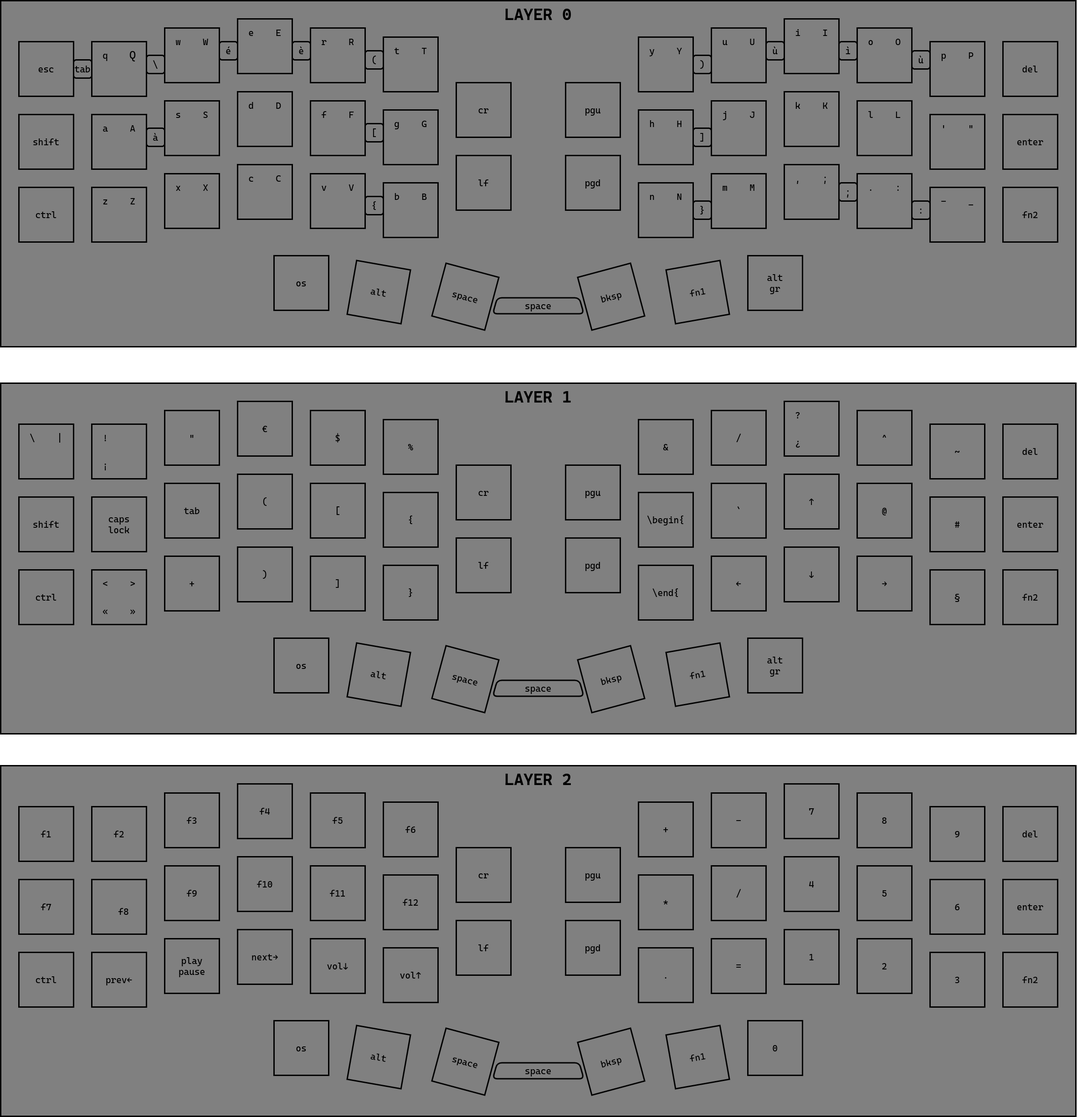
This is layers.png from dellarosciagiorgio/crkbd, a draw.io export, as it was before one commit. Source tidied: cells renumbered, new cells last; positions are measured from the earlier drawing's top-left corner, leaving out a move shared by most shapes.
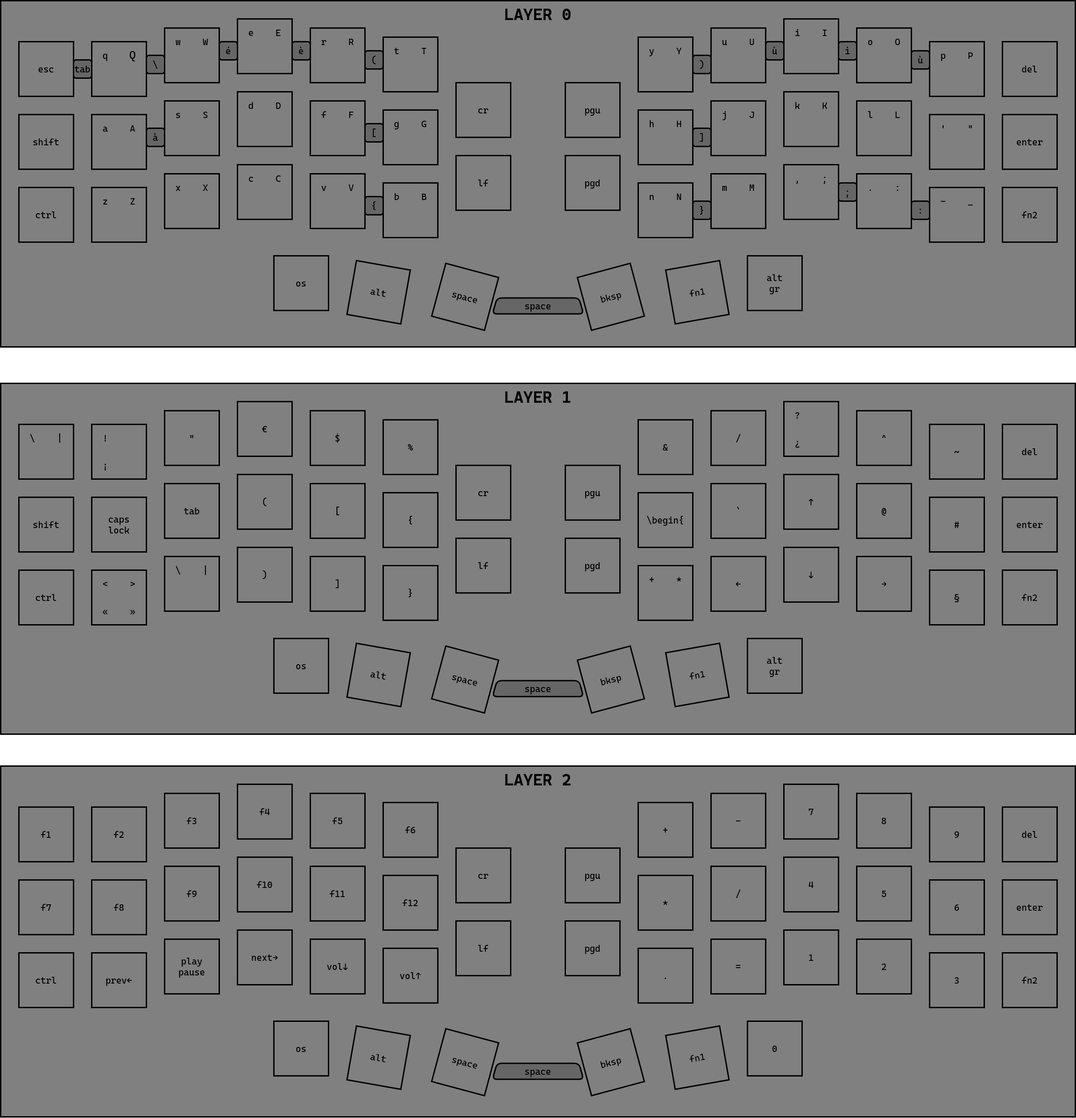
Above is the later version.

Change to the diagram source:
```diff
@@ -10,2 +10,20 @@
     </mxCell>
+    <mxCell id="96" style="rounded=0;whiteSpace=wrap;html=1;fillColor=#808080;strokeWidth=3;strokeColor=#000000;fontColor=default;" parent="1" vertex="1">
+      <mxGeometry y="1680" width="2360" height="770" as="geometry" />
+    </mxCell>
+    <mxCell id="228" style="rounded=1;whiteSpace=wrap;html=1;strokeColor=#000000;strokeWidth=3;fillColor=#666666;fontColor=default;fillStyle=solid;" parent="1" vertex="1">
+      <mxGeometry x="1840" y="400" width="40" height="40" as="geometry" />
+    </mxCell>
+    <mxCell id="343" style="shape=trapezoid;perimeter=trapezoidPerimeter;whiteSpace=wrap;html=1;fixedSize=1;size=10;rounded=1;fillColor=#666666;strokeWidth=3;fillStyle=solid;" parent="1" vertex="1">
+      <mxGeometry x="1080" y="652.5" width="200" height="35" as="geometry" />
+    </mxCell>
+    <mxCell id="345" style="shape=trapezoid;perimeter=trapezoidPerimeter;whiteSpace=wrap;html=1;fixedSize=1;size=10;rounded=1;fillColor=#666666;strokeWidth=3;fillStyle=solid;" parent="1" vertex="1">
+      <mxGeometry x="1080" y="1492.5" width="200" height="35" as="geometry" />
+    </mxCell>
+    <mxCell id="347" style="shape=trapezoid;perimeter=trapezoidPerimeter;whiteSpace=wrap;html=1;fixedSize=1;size=10;rounded=1;fillColor=#666666;strokeWidth=3;fillStyle=solid;" parent="1" vertex="1">
+      <mxGeometry x="1080" y="2332.5" width="200" height="35" as="geometry" />
+    </mxCell>
+    <mxCell id="353" style="rounded=1;whiteSpace=wrap;html=1;strokeColor=#000000;strokeWidth=3;fillColor=#666666;fontColor=default;fillStyle=solid;" parent="1" vertex="1">
+      <mxGeometry x="320" y="120" width="40" height="40" as="geometry" />
+    </mxCell>
     <mxCell id="4" style="rounded=0;whiteSpace=wrap;html=1;strokeColor=#000000;strokeWidth=3;fillColor=none;fontColor=default;" parent="1" vertex="1">
@@ -286,5 +304,2 @@
     </mxCell>
-    <mxCell id="96" style="rounded=0;whiteSpace=wrap;html=1;fillColor=#808080;strokeWidth=3;strokeColor=#000000;fontColor=default;" parent="1" vertex="1">
-      <mxGeometry y="1680" width="2360" height="770" as="geometry" />
-    </mxCell>
     <mxCell id="97" style="rounded=0;whiteSpace=wrap;html=1;strokeColor=#000000;strokeWidth=3;fillColor=none;fontColor=default;" parent="1" vertex="1">
@@ -616,3 +631,3 @@
     </mxCell>
-    <mxCell id="206" style="rounded=1;whiteSpace=wrap;html=1;strokeColor=#000000;strokeWidth=3;fillColor=none;fontColor=default;" parent="1" vertex="1">
+    <mxCell id="206" style="rounded=1;whiteSpace=wrap;html=1;strokeColor=#000000;strokeWidth=3;fillColor=#666666;fontColor=default;fillStyle=solid;" parent="1" vertex="1">
       <mxGeometry x="800" y="110" width="40" height="40" as="geometry" />
@@ -622,3 +637,3 @@
     </mxCell>
-    <mxCell id="208" style="rounded=1;whiteSpace=wrap;html=1;strokeColor=#000000;strokeWidth=3;fillColor=none;fontColor=default;" parent="1" vertex="1">
+    <mxCell id="208" style="rounded=1;whiteSpace=wrap;html=1;strokeColor=#000000;strokeWidth=3;fillColor=#666666;fontColor=default;fillStyle=solid;" parent="1" vertex="1">
       <mxGeometry x="800" y="270" width="40" height="40" as="geometry" />
@@ -628,3 +643,3 @@
     </mxCell>
-    <mxCell id="210" style="rounded=1;whiteSpace=wrap;html=1;strokeColor=#000000;strokeWidth=3;fillColor=none;fontColor=default;" parent="1" vertex="1">
+    <mxCell id="210" style="rounded=1;whiteSpace=wrap;html=1;strokeColor=#000000;strokeWidth=3;fillColor=#666666;fontColor=default;fillStyle=solid;" parent="1" vertex="1">
       <mxGeometry x="800" y="430" width="40" height="40" as="geometry" />
@@ -634,3 +649,3 @@
     </mxCell>
-    <mxCell id="212" style="rounded=1;whiteSpace=wrap;html=1;strokeColor=#000000;strokeWidth=3;fillColor=none;fontColor=default;" parent="1" vertex="1">
+    <mxCell id="212" style="rounded=1;whiteSpace=wrap;html=1;strokeColor=#000000;strokeWidth=3;fillColor=#666666;fontColor=default;fillStyle=solid;" parent="1" vertex="1">
       <mxGeometry x="1520" y="120" width="40" height="40" as="geometry" />
@@ -640,3 +655,3 @@
     </mxCell>
-    <mxCell id="214" style="rounded=1;whiteSpace=wrap;html=1;strokeColor=#000000;strokeWidth=3;fillColor=none;fontColor=default;" parent="1" vertex="1">
+    <mxCell id="214" style="rounded=1;whiteSpace=wrap;html=1;strokeColor=#000000;strokeWidth=3;fillColor=#666666;fontColor=default;fillStyle=solid;" parent="1" vertex="1">
       <mxGeometry x="1520" y="280" width="40" height="40" as="geometry" />
@@ -646,3 +661,3 @@
     </mxCell>
-    <mxCell id="216" style="rounded=1;whiteSpace=wrap;html=1;strokeColor=#000000;strokeWidth=3;fillColor=none;fontColor=default;" parent="1" vertex="1">
+    <mxCell id="216" style="rounded=1;whiteSpace=wrap;html=1;strokeColor=#000000;strokeWidth=3;fillColor=#666666;fontColor=default;fillStyle=solid;" parent="1" vertex="1">
       <mxGeometry x="1520" y="440" width="40" height="40" as="geometry" />
@@ -682,5 +697,2 @@
     </mxCell>
-    <mxCell id="228" style="rounded=1;whiteSpace=wrap;html=1;strokeColor=#000000;strokeWidth=3;fillColor=none;fontColor=default;" parent="1" vertex="1">
-      <mxGeometry x="1840" y="400" width="40" height="40" as="geometry" />
-    </mxCell>
     <mxCell id="229" value="&lt;font style=&quot;font-size: 20px; color: rgb(0, 0, 0);&quot;&gt;del&lt;/font&gt;" style="text;html=1;strokeColor=none;fillColor=none;align=center;verticalAlign=middle;whiteSpace=wrap;rounded=0;strokeWidth=1;fontFamily=Cascadia Code;fontColor=default;rotation=0;" parent="1" vertex="1">
@@ -821,3 +833,3 @@
     <mxCell id="274" value="&lt;font style=&quot;font-size: 20px; color: rgb(0, 0, 0);&quot;&gt;f8&lt;/font&gt;" style="text;html=1;strokeColor=none;fillColor=none;align=center;verticalAlign=middle;whiteSpace=wrap;rounded=0;strokeWidth=1;fontFamily=Cascadia Code;fontColor=default;" parent="1" vertex="1">
-      <mxGeometry x="240" y="1970" width="60" height="60" as="geometry" />
+      <mxGeometry x="230" y="1960" width="60" height="60" as="geometry" />
     </mxCell>
@@ -973,3 +985,3 @@
     </mxCell>
-    <mxCell id="325" style="rounded=1;whiteSpace=wrap;html=1;strokeColor=#000000;strokeWidth=3;fillColor=none;fontColor=default;" parent="1" vertex="1">
+    <mxCell id="325" style="rounded=1;whiteSpace=wrap;html=1;strokeColor=#000000;strokeWidth=3;fillColor=#666666;fontColor=default;fillStyle=solid;" parent="1" vertex="1">
       <mxGeometry x="480" y="90" width="40" height="40" as="geometry" />
@@ -979,3 +991,3 @@
     </mxCell>
-    <mxCell id="327" style="rounded=1;whiteSpace=wrap;html=1;strokeColor=#000000;strokeWidth=3;fillColor=none;fontColor=default;" parent="1" vertex="1">
+    <mxCell id="327" style="rounded=1;whiteSpace=wrap;html=1;strokeColor=#000000;strokeWidth=3;fillColor=#666666;fontColor=default;fillStyle=solid;" parent="1" vertex="1">
       <mxGeometry x="640" y="90" width="40" height="40" as="geometry" />
@@ -985,3 +997,3 @@
     </mxCell>
-    <mxCell id="329" style="rounded=1;whiteSpace=wrap;html=1;strokeColor=#000000;strokeWidth=3;fillColor=none;fontColor=default;" parent="1" vertex="1">
+    <mxCell id="329" style="rounded=1;whiteSpace=wrap;html=1;strokeColor=#000000;strokeWidth=3;fillColor=#666666;fontColor=default;fillStyle=solid;" parent="1" vertex="1">
       <mxGeometry x="320" y="280" width="40" height="40" as="geometry" />
@@ -991,3 +1003,3 @@
     </mxCell>
-    <mxCell id="331" style="rounded=1;whiteSpace=wrap;html=1;strokeColor=#000000;strokeWidth=3;fillColor=none;fontColor=default;" parent="1" vertex="1">
+    <mxCell id="331" style="rounded=1;whiteSpace=wrap;html=1;strokeColor=#000000;strokeWidth=3;fillColor=#666666;fontColor=default;fillStyle=solid;" parent="1" vertex="1">
       <mxGeometry x="1680" y="90" width="40" height="40" as="geometry" />
@@ -997,3 +1009,3 @@
     </mxCell>
-    <mxCell id="333" style="rounded=1;whiteSpace=wrap;html=1;strokeColor=#000000;strokeWidth=3;fillColor=none;fontColor=default;" parent="1" vertex="1">
+    <mxCell id="333" style="rounded=1;whiteSpace=wrap;html=1;strokeColor=#000000;strokeWidth=3;fillColor=#666666;fontColor=default;fillStyle=solid;" parent="1" vertex="1">
       <mxGeometry x="1840" y="90" width="40" height="40" as="geometry" />
@@ -1003,3 +1015,3 @@
     </mxCell>
-    <mxCell id="335" style="rounded=1;whiteSpace=wrap;html=1;strokeColor=#000000;strokeWidth=3;fillColor=none;fontColor=default;" parent="1" vertex="1">
+    <mxCell id="335" style="rounded=1;whiteSpace=wrap;html=1;strokeColor=#000000;strokeWidth=3;fillColor=#666666;fontColor=default;fillStyle=solid;" parent="1" vertex="1">
       <mxGeometry x="2000" y="110" width="40" height="40" as="geometry" />
@@ -1015,3 +1027,3 @@
     </mxCell>
-    <mxCell id="339" style="rounded=1;whiteSpace=wrap;html=1;strokeColor=#000000;strokeWidth=3;fillColor=none;fontColor=default;" parent="1" vertex="1">
+    <mxCell id="339" style="rounded=1;whiteSpace=wrap;html=1;strokeColor=#000000;strokeWidth=3;fillColor=#666666;fontColor=default;fillStyle=solid;" parent="1" vertex="1">
       <mxGeometry x="160" y="130" width="40" height="40" as="geometry" />
@@ -1021,5 +1033,2 @@
     </mxCell>
-    <mxCell id="341" value="&lt;font style=&quot;font-size: 20px; color: rgb(0, 0, 0);&quot;&gt;\end{&lt;/font&gt;" style="text;html=1;strokeColor=none;fillColor=none;align=center;verticalAlign=middle;whiteSpace=wrap;rounded=0;strokeWidth=1;fontFamily=Cascadia Code;fontColor=default;" parent="1" vertex="1">
-      <mxGeometry x="1430" y="1270" width="60" height="60" as="geometry" />
-    </mxCell>
     <mxCell id="342" value="&lt;font style=&quot;font-size: 20px; color: rgb(0, 0, 0);&quot;&gt;space&lt;/font&gt;" style="text;html=1;strokeColor=none;fillColor=none;align=center;verticalAlign=middle;whiteSpace=wrap;rounded=0;strokeWidth=1;fontFamily=Cascadia Code;fontColor=default;rotation=0;" parent="1" vertex="1">
@@ -1027,5 +1036,2 @@
     </mxCell>
-    <mxCell id="343" style="shape=trapezoid;perimeter=trapezoidPerimeter;whiteSpace=wrap;html=1;fixedSize=1;size=10;rounded=1;fillColor=none;strokeWidth=3;" parent="1" vertex="1">
-      <mxGeometry x="1080" y="652.5" width="200" height="35" as="geometry" />
-    </mxCell>
     <mxCell id="344" value="&lt;font style=&quot;font-size: 20px; color: rgb(0, 0, 0);&quot;&gt;space&lt;/font&gt;" style="text;html=1;strokeColor=none;fillColor=none;align=center;verticalAlign=middle;whiteSpace=wrap;rounded=0;strokeWidth=1;fontFamily=Cascadia Code;fontColor=default;rotation=0;" parent="1" vertex="1">
@@ -1033,5 +1039,2 @@
     </mxCell>
-    <mxCell id="345" style="shape=trapezoid;perimeter=trapezoidPerimeter;whiteSpace=wrap;html=1;fixedSize=1;size=10;rounded=1;fillColor=none;strokeWidth=3;" parent="1" vertex="1">
-      <mxGeometry x="1080" y="1492.5" width="200" height="35" as="geometry" />
-    </mxCell>
     <mxCell id="346" value="&lt;font style=&quot;font-size: 20px; color: rgb(0, 0, 0);&quot;&gt;space&lt;/font&gt;" style="text;html=1;strokeColor=none;fillColor=none;align=center;verticalAlign=middle;whiteSpace=wrap;rounded=0;strokeWidth=1;fontFamily=Cascadia Code;fontColor=default;rotation=0;" parent="1" vertex="1">
@@ -1039,6 +1042,3 @@
     </mxCell>
-    <mxCell id="347" style="shape=trapezoid;perimeter=trapezoidPerimeter;whiteSpace=wrap;html=1;fixedSize=1;size=10;rounded=1;fillColor=none;strokeWidth=3;" parent="1" vertex="1">
-      <mxGeometry x="1080" y="2332.5" width="200" height="35" as="geometry" />
-    </mxCell>
-    <mxCell id="348" style="rounded=1;whiteSpace=wrap;html=1;strokeColor=#000000;strokeWidth=3;fillColor=none;fontColor=default;" parent="1" vertex="1">
+    <mxCell id="348" style="rounded=1;whiteSpace=wrap;html=1;strokeColor=#000000;strokeWidth=3;fillColor=#666666;fontColor=default;fillStyle=solid;" parent="1" vertex="1">
       <mxGeometry x="2000" y="440" width="40" height="40" as="geometry" />
@@ -1057,5 +1057,2 @@
     </mxCell>
-    <mxCell id="353" style="rounded=1;whiteSpace=wrap;html=1;strokeColor=#000000;strokeWidth=3;fillColor=none;fontColor=default;" parent="1" vertex="1">
-      <mxGeometry x="320" y="120" width="40" height="40" as="geometry" />
-    </mxCell>
     <mxCell id="354" value="&lt;span style=&quot;font-size: 20px;&quot;&gt;`&lt;/span&gt;" style="text;html=1;strokeColor=none;fillColor=none;align=center;verticalAlign=middle;whiteSpace=wrap;rounded=0;strokeWidth=1;fontFamily=Cascadia Code;fontColor=default;" parent="1" vertex="1">
@@ -1063,9 +1060,9 @@
     </mxCell>
-    <mxCell id="355" value="&lt;font style=&quot;color: rgb(0, 0, 0);&quot;&gt;&lt;b&gt;LAYER 0&lt;/b&gt;&lt;/font&gt;" style="text;html=1;strokeColor=none;fillColor=none;align=center;verticalAlign=middle;whiteSpace=wrap;rounded=0;strokeWidth=1;fontFamily=Cascadia Code;fontColor=#000000;fontSize=36;" parent="1" vertex="1">
+    <mxCell id="355" value="LAYER 0" style="text;strokeColor=none;fillColor=none;align=center;verticalAlign=middle;rounded=0;strokeWidth=1;fontFamily=Cascadia Code;fontColor=light-dark(#000000,#EDEDED);fontSize=36;labelBackgroundColor=none;labelBorderColor=none;html=1;fontStyle=1;whiteSpace=wrap;" parent="1" vertex="1">
       <mxGeometry width="2360" height="60" as="geometry" />
     </mxCell>
-    <mxCell id="356" value="&lt;font style=&quot;color: rgb(0, 0, 0);&quot;&gt;&lt;b&gt;LAYER 1&lt;/b&gt;&lt;/font&gt;" style="text;html=1;strokeColor=none;fillColor=none;align=center;verticalAlign=middle;whiteSpace=wrap;rounded=0;strokeWidth=1;fontFamily=Cascadia Code;fontColor=default;fontSize=36;" parent="1" vertex="1">
+    <mxCell id="356" value="LAYER 1" style="text;strokeColor=none;fillColor=none;align=center;verticalAlign=middle;rounded=0;strokeWidth=1;fontFamily=Cascadia Code;fontColor=default;fontSize=36;fontStyle=1;whiteSpace=wrap;html=1;" parent="1" vertex="1">
       <mxGeometry y="840" width="2360" height="60" as="geometry" />
     </mxCell>
-    <mxCell id="357" value="&lt;font style=&quot;color: rgb(0, 0, 0);&quot;&gt;&lt;b&gt;LAYER 2&lt;/b&gt;&lt;/font&gt;" style="text;html=1;strokeColor=none;fillColor=none;align=center;verticalAlign=middle;whiteSpace=wrap;rounded=0;strokeWidth=1;fontFamily=Cascadia Code;fontColor=default;fontSize=36;" parent="1" vertex="1">
+    <mxCell id="357" value="LAYER 2" style="text;strokeColor=none;fillColor=none;align=center;verticalAlign=middle;rounded=0;strokeWidth=1;fontFamily=Cascadia Code;fontColor=default;fontSize=36;fontStyle=1;whiteSpace=wrap;html=1;" parent="1" vertex="1">
       <mxGeometry y="1680" width="2360" height="60" as="geometry" />
@@ -1073,4 +1070,13 @@
     <mxCell id="358" value="&lt;font style=&quot;font-size: 20px; color: rgb(0, 0, 0);&quot;&gt;+&lt;/font&gt;" style="text;html=1;strokeColor=none;fillColor=none;align=center;verticalAlign=middle;whiteSpace=wrap;rounded=0;strokeWidth=1;fontFamily=Cascadia Code;fontColor=default;rotation=0;" parent="1" vertex="1">
-      <mxGeometry x="390" y="1250" width="60" height="60" as="geometry" />
+      <mxGeometry x="1400" y="1240" width="60" height="60" as="geometry" />
     </mxCell>
+    <mxCell id="359" value="&lt;font style=&quot;font-size: 20px; color: rgb(0, 0, 0);&quot;&gt;*&lt;/font&gt;" style="text;html=1;strokeColor=none;fillColor=none;align=center;verticalAlign=middle;whiteSpace=wrap;rounded=0;strokeWidth=1;fontFamily=Cascadia Code;fontColor=default;rotation=0;" parent="1" vertex="1">
+      <mxGeometry x="1460" y="1240" width="60" height="60" as="geometry" />
+    </mxCell>
+    <mxCell id="360" value="&lt;font style=&quot;font-size: 20px; color: rgb(0, 0, 0);&quot;&gt;\&lt;/font&gt;" style="text;html=1;strokeColor=none;fillColor=none;align=center;verticalAlign=middle;whiteSpace=wrap;rounded=0;strokeWidth=1;fontFamily=Cascadia Code;fontColor=default;" parent="1" vertex="1">
+      <mxGeometry x="360" y="1220" width="60" height="60" as="geometry" />
+    </mxCell>
+    <mxCell id="361" value="&lt;font style=&quot;font-size: 20px; color: rgb(0, 0, 0);&quot;&gt;|&lt;/font&gt;" style="text;html=1;strokeColor=none;fillColor=none;align=center;verticalAlign=middle;whiteSpace=wrap;rounded=0;strokeWidth=1;fontFamily=Cascadia Code;fontColor=default;" parent="1" vertex="1">
+      <mxGeometry x="420" y="1220" width="60" height="60" as="geometry" />
+    </mxCell>
   </root>
```
